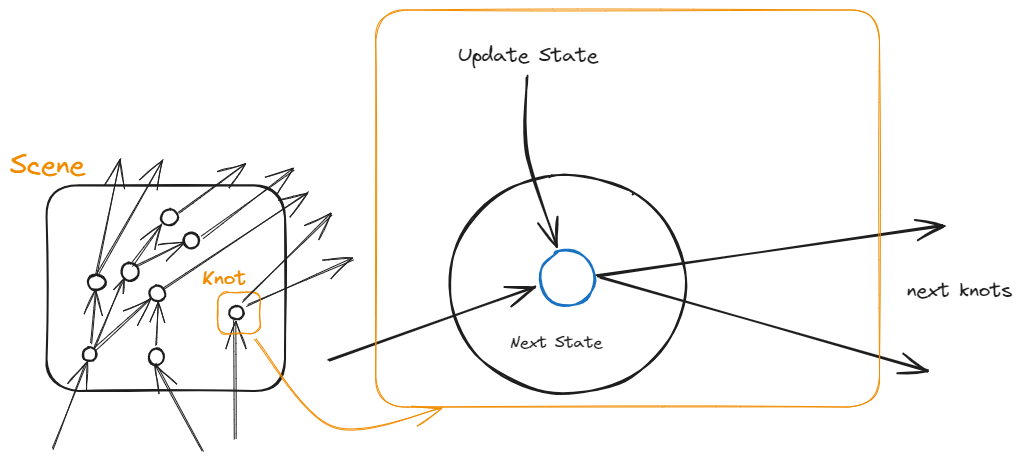
kozmof/turnout keeps this Excalidraw diagram as src/ARCHITECTURE/knot.excalidraw.png. Above is the earlier version. Source tidied: one line per element, renumbered; positions are measured from the earlier drawing's top-left corner, leaving out a move shared by most shapes.
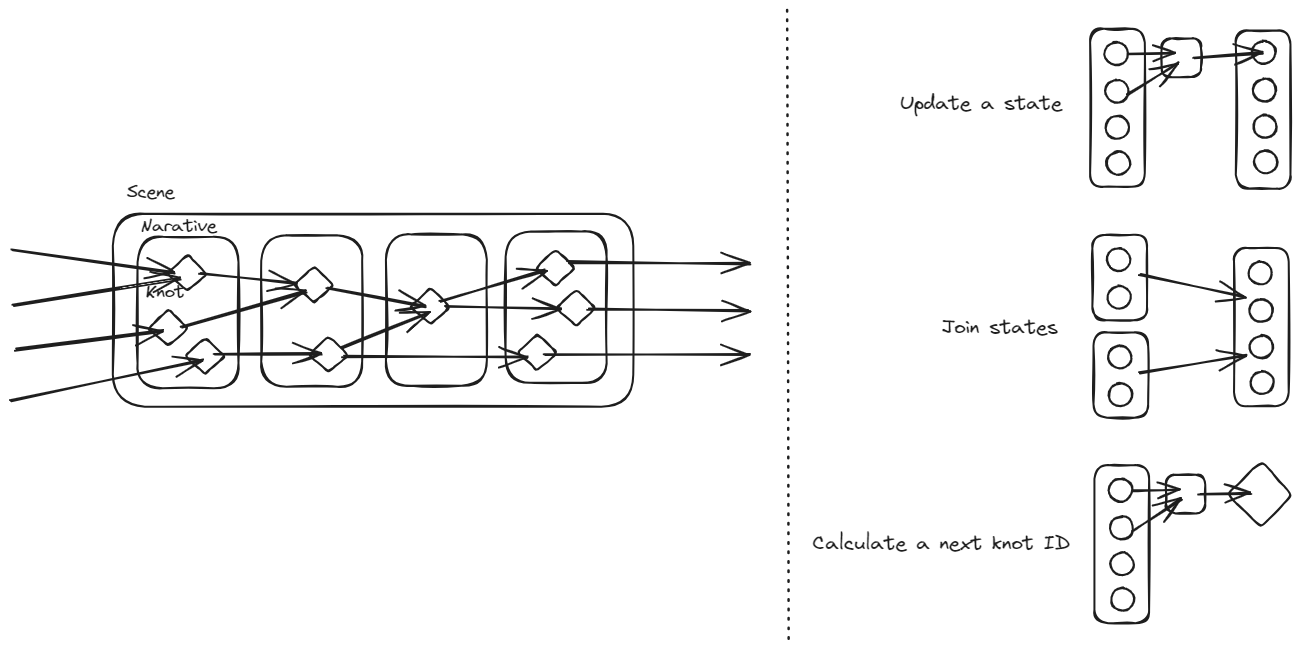
After the change.

What changed in the source:
```diff
@@ -1,39 +1,73 @@
-{"id": 0, "type": "rectangle", "strokeColor": "#1e1e1e", "strokeWidth": 2, "roughness": 1, "round": true, "x": 37, "y": 175, "width": 238, "height": 206}
+{"id": 39, "type": "rectangle", "strokeColor": "#1e1e1e", "strokeWidth": 2, "roughness": 1, "round": true, "x": 150, "y": -114, "width": 55, "height": 158}
+{"id": 40, "type": "ellipse", "strokeColor": "#1e1e1e", "strokeWidth": 2, "roughness": 1, "round": true, "x": 164, "y": -100, "width": 23, "height": 23}
+{"id": 41, "type": "ellipse", "strokeColor": "#1e1e1e", "strokeWidth": 2, "roughness": 1, "round": true, "x": 165, "y": -62, "width": 23, "height": 23}
+{"id": 42, "type": "ellipse", "strokeColor": "#1e1e1e", "strokeWidth": 2, "roughness": 1, "round": true, "x": 166, "y": -26, "width": 23, "height": 23}
+{"id": 43, "type": "ellipse", "strokeColor": "#1e1e1e", "strokeWidth": 2, "roughness": 1, "round": true, "x": 166, "y": 9, "width": 23, "height": 23}
+{"id": 44, "type": "rectangle", "strokeColor": "#1e1e1e", "strokeWidth": 2, "roughness": 1, "round": true, "x": 296, "y": -112, "width": 55, "height": 158}
+{"id": 45, "type": "ellipse", "strokeColor": "#1e1e1e", "strokeWidth": 2, "roughness": 1, "round": true, "x": 312, "y": -101, "width": 23, "height": 23}
+{"id": 46, "type": "ellipse", "strokeColor": "#1e1e1e", "strokeWidth": 2, "roughness": 1, "round": true, "x": 313, "y": -64, "width": 23, "height": 23}
+{"id": 47, "type": "ellipse", "strokeColor": "#1e1e1e", "strokeWidth": 2, "roughness": 1, "round": true, "x": 313, "y": -27, "width": 23, "height": 23}
+{"id": 48, "type": "ellipse", "strokeColor": "#1e1e1e", "strokeWidth": 2, "roughness": 1, "round": true, "x": 314, "y": 8, "width": 23, "height": 23}
+{"id": 49, "type": "arrow", "strokeColor": "#1e1e1e", "strokeWidth": 2, "roughness": 1, "endArrowhead": "arrow", "round": true, "x": 188, "y": -88, "width": 46, "height": 1, "points": [[0, 0], [46, -1]]}
+{"id": 50, "type": "arrow", "strokeColor": "#1e1e1e", "strokeWidth": 2, "roughness": 1, "endArrowhead": "arrow", "round": true, "from": 41, "x": 188, "y": -49, "width": 49, "height": 31, "points": [[0, 0], [49, -31]]}
+{"id": 51, "type": "arrow", "strokeColor": "#1e1e1e", "strokeWidth": 2, "roughness": 1, "endArrowhead": "arrow", "round": true, "x": 253, "y": -85, "width": 68, "height": 4, "points": [[0, 0], [68, -4]]}
+{"id": 52, "type": "rectangle", "strokeColor": "#1e1e1e", "strokeWidth": 2, "roughness": 1, "round": true, "x": 221, "y": -104, "width": 39, "height": 39}
+{"id": 53, "type": "rectangle", "strokeColor": "#1e1e1e", "strokeWidth": 2, "roughness": 1, "round": true, "x": 152, "y": 93, "width": 55, "height": 85}
+{"id": 54, "type": "ellipse", "strokeColor": "#1e1e1e", "strokeWidth": 2, "roughness": 1, "round": true, "x": 167, "y": 106, "width": 23, "height": 23}
+{"id": 55, "type": "ellipse", "strokeColor": "#1e1e1e", "strokeWidth": 2, "roughness": 1, "round": true, "x": 167, "y": 144, "width": 23, "height": 23}
+{"id": 56, "type": "rectangle", "strokeColor": "#1e1e1e", "strokeWidth": 2, "roughness": 1, "round": true, "x": 153, "y": 190, "width": 55, "height": 85}
+{"id": 57, "type": "ellipse", "strokeColor": "#1e1e1e", "strokeWidth": 2, "roughness": 1, "round": true, "x": 168, "y": 204, "width": 23, "height": 23}
+{"id": 58, "type": "ellipse", "strokeColor": "#1e1e1e", "strokeWidth": 2, "roughness": 1, "round": true, "x": 169, "y": 241, "width": 23, "height": 23}
+{"id": 59, "type": "rectangle", "strokeColor": "#1e1e1e", "strokeWidth": 2, "roughness": 1, "round": true, "x": 294, "y": 106, "width": 55, "height": 158}
+{"id": 60, "type": "ellipse", "strokeColor": "#1e1e1e", "strokeWidth": 2, "roughness": 1, "round": true, "x": 308, "y": 119, "width": 23, "height": 23}
+{"id": 61, "type": "ellipse", "strokeColor": "#1e1e1e", "strokeWidth": 2, "roughness": 1, "round": true, "x": 309, "y": 157, "width": 23, "height": 23}
+{"id": 62, "type": "ellipse", "strokeColor": "#1e1e1e", "strokeWidth": 2, "roughness": 1, "round": true, "x": 309, "y": 193, "width": 23, "height": 23}
+{"id": 63, "type": "ellipse", "strokeColor": "#1e1e1e", "strokeWidth": 2, "roughness": 1, "round": true, "x": 310, "y": 229, "width": 23, "height": 23}
+{"id": 64, "type": "arrow", "strokeColor": "#1e1e1e", "strokeWidth": 2, "roughness": 1, "endArrowhead": "arrow", "round": true, "from": 54, "to": 61, "x": 199, "y": 133, "width": 104, "height": 21, "points": [[0, 0], [104, 21]]}
+{"id": 65, "type": "arrow", "strokeColor": "#1e1e1e", "strokeWidth": 2, "roughness": 1, "endArrowhead": "arrow", "round": true, "from": 57, "to": 62, "x": 199, "y": 232, "width": 106, "height": 19, "points": [[0, 0], [106, -19]]}
+{"id": 66, "type": "rectangle", "strokeColor": "#1e1e1e", "strokeWidth": 2, "roughness": 1, "round": true, "x": 154, "y": 323, "width": 55, "height": 158}
+{"id": 67, "type": "ellipse", "strokeColor": "#1e1e1e", "strokeWidth": 2, "roughness": 1, "round": true, "x": 169, "y": 336, "width": 23, "height": 23}
+{"id": 68, "type": "ellipse", "strokeColor": "#1e1e1e", "strokeWidth": 2, "roughness": 1, "round": true, "x": 170, "y": 374, "width": 23, "height": 23}
+{"id": 69, "type": "ellipse", "strokeColor": "#1e1e1e", "strokeWidth": 2, "roughness": 1, "round": true, "x": 170, "y": 410, "width": 23, "height": 23}
+{"id": 70, "type": "ellipse", "strokeColor": "#1e1e1e", "strokeWidth": 2, "roughness": 1, "round": true, "x": 171, "y": 446, "width": 23, "height": 23}
+{"id": 71, "type": "arrow", "strokeColor": "#1e1e1e", "strokeWidth": 2, "roughness": 1, "endArrowhead": "arrow", "round": true, "from": 67, "x": 192, "y": 348, "width": 46, "height": 1, "points": [[0, 0], [46, -1]]}
+{"id": 72, "type": "arrow", "strokeColor": "#1e1e1e", "strokeWidth": 2, "roughness": 1, "endArrowhead": "arrow", "round": true, "from": 68, "x": 193, "y": 388, "width": 49, "height": 31, "points": [[0, 0], [49, -31]]}
+{"id": 73, "type": "arrow", "strokeColor": "#1e1e1e", "strokeWidth": 2, "roughness": 1, "endArrowhead": "arrow", "round": true, "x": 258, "y": 351, "width": 53, "height": 0, "points": [[0, 0], [53, 0]]}
+{"id": 74, "type": "rectangle", "strokeColor": "#1e1e1e", "strokeWidth": 2, "roughness": 1, "round": true, "x": 226, "y": 333, "width": 39, "height": 39}
+{"id": 75, "type": "diamond", "strokeColor": "#1e1e1e", "strokeWidth": 2, "roughness": 1, "round": true, "x": 288, "y": 318, "width": 65, "height": 67}
+{"id": 76, "type": "text", "text": "Update a state", "strokeColor": "#1e1e1e", "strokeWidth": 2, "roughness": 1, "fontSize": 20, "fontFamily": 1, "x": -41, "y": -51, "width": 162, "height": 25}
+{"id": 77, "type": "text", "text": "Join states", "strokeColor": "#1e1e1e", "strokeWidth": 2, "roughness": 1, "fontSize": 20, "fontFamily": 1, "x": 1, "y": 173, "width": 116, "height": 25}
+{"id": 78, "type": "text", "text": "Calculate a next knot ID", "strokeColor": "#1e1e1e", "strokeWidth": 2, "roughness": 1, "fontSize": 20, "fontFamily": 1, "x": -128, "y": 389, "width": 258, "height": 25}
+{"id": 79, "type": "rectangle", "strokeColor": "#1e1e1e", "strokeWidth": 2, "roughness": 1, "round": true, "x": -827, "y": 72, "width": 520, "height": 193}
-{"id": 1, "type": "text", "text": "Scene", "strokeColor": "#f08c00", "strokeWidth": 2, "roughness": 1, "fontSize": 28, "fontFamily": 1, "x": 0, "y": 138, "width": 75, "height": 35}
+{"id": 1, "type": "text", "text": "Scene", "strokeColor": "#1e1e1e", "strokeWidth": 2, "roughness": 1, "fontSize": 17.81, "fontFamily": 1, "x": -814, "y": 40, "width": 48, "height": 22}
-{"id": 2, "type": "ellipse", "strokeColor": "#1e1e1e", "strokeWidth": 2, "roughness": 1, "round": true, "x": 73, "y": 337, "width": 14, "height": 14}
-{"id": 3, "type": "arrow", "strokeColor": "#1e1e1e", "strokeWidth": 1, "roughness": 1, "endArrowhead": "arrow", "round": true, "to": 2, "x": 42, "y": 440, "width": 35, "height": 88, "points": [[0, 0], [35, -88]]}
-{"id": 4, "type": "arrow", "strokeColor": "#1e1e1e", "strokeWidth": 1, "roughness": 1, "endArrowhead": "arrow", "round": true, "from": 2, "to": 7, "x": 81, "y": 334, "width": 5, "height": 54, "points": [[0, 0], [5, -54]]}
-{"id": 5, "type": "arrow", "strokeColor": "#1e1e1e", "strokeWidth": 1, "roughness": 1, "endArrowhead": "arrow", "round": true, "from": 2, "to": 8, "x": 84, "y": 337, "width": 29, "height": 67, "points": [[0, 0], [17, -38], [29, -67]]}
-{"id": 6, "type": "arrow", "strokeColor": "#1e1e1e", "strokeWidth": 1, "roughness": 1, "endArrowhead": "arrow", "round": true, "from": 2, "x": 85, "y": 339, "width": 55, "height": 51, "points": [[0, 0], [55, -51]]}
-{"id": 7, "type": "ellipse", "strokeColor": "#1e1e1e", "strokeWidth": 2, "roughness": 1, "round": true, "x": 78, "y": 265, "width": 18, "height": 16}
-{"id": 8, "type": "ellipse", "strokeColor": "#1e1e1e", "strokeWidth": 2, "roughness": 1, "round": true, "x": 112, "y": 253, "width": 17, "height": 18}
-{"id": 9, "type": "ellipse", "strokeColor": "#1e1e1e", "strokeWidth": 2, "roughness": 1, "round": true, "x": 139, "y": 275, "width": 16, "height": 16}
-{"id": 10, "type": "arrow", "strokeColor": "#1e1e1e", "strokeWidth": 1, "roughness": 1, "endArrowhead": "arrow", "round": true, "from": 7, "to": 0, "x": 87, "y": 265, "width": 24, "height": 116, "points": [[0, 0], [24, -116]]}
-{"id": 11, "type": "arrow", "strokeColor": "#1e1e1e", "strokeWidth": 1, "roughness": 1, "endArrowhead": "arrow", "round": true, "to": 0, "x": 88, "y": 267, "width": 65, "height": 117, "points": [[0, 0], [65, -117]]}
-{"id": 12, "type": "arrow", "strokeColor": "#1e1e1e", "strokeWidth": 1, "roughness": 1, "endArrowhead": "arrow", "round": true, "to": 14, "x": 121, "y": 255, "width": 31, "height": 41, "points": [[0, 0], [31, -41]]}
-{"id": 13, "type": "arrow", "strokeColor": "#1e1e1e", "strokeWidth": 1, "roughness": 1, "endArrowhead": "arrow", "round": true, "to": 16, "x": 126, "y": 257, "width": 48, "height": 24, "points": [[0, 0], [48, -24]]}
-{"id": 14, "type": "ellipse", "strokeColor": "#1e1e1e", "strokeWidth": 2, "roughness": 1, "round": true, "x": 151, "y": 199, "width": 17, "height": 16}
-{"id": 15, "type": "arrow", "strokeColor": "#1e1e1e", "strokeWidth": 1, "roughness": 1, "endArrowhead": "arrow", "round": true, "from": 14, "x": 168, "y": 203, "width": 67, "height": 48, "points": [[0, 0], [67, -48]]}
-{"id": 16, "type": "ellipse", "strokeColor": "#1e1e1e", "strokeWidth": 2, "roughness": 1, "round": true, "x": 174, "y": 223, "width": 15, "height": 16}
-{"id": 17, "type": "arrow", "strokeColor": "#1e1e1e", "strokeWidth": 1, "roughness": 1, "endArrowhead": "arrow", "round": true, "from": 16, "x": 191, "y": 227, "width": 93, "height": 67, "points": [[0, 0], [93, -67]]}
-{"id": 18, "type": "arrow", "strokeColor": "#1e1e1e", "strokeWidth": 1, "roughness": 1, "endArrowhead": "arrow", "round": true, "to": 0, "x": 153, "y": 279, "width": 145, "height": 98, "points": [[0, 0], [145, -98]]}
-{"id": 19, "type": "ellipse", "strokeColor": "#1e1e1e", "strokeWidth": 2, "roughness": 1, "round": true, "x": 139, "y": 339, "width": 15, "height": 17}
-{"id": 20, "type": "arrow", "strokeColor": "#1e1e1e", "strokeWidth": 1, "roughness": 1, "endArrowhead": "arrow", "round": true, "x": 193, "y": 441, "width": 47, "height": 87, "points": [[0, 0], [-47, -87]]}
-{"id": 21, "type": "arrow", "strokeColor": "#1e1e1e", "strokeWidth": 1, "roughness": 1, "endArrowhead": "arrow", "round": true, "from": 19, "to": 9, "x": 146, "y": 336, "width": 2, "height": 44, "points": [[0, 0], [2, -44]]}
-{"id": 22, "type": "ellipse", "strokeColor": "#1e1e1e", "strokeWidth": 2, "roughness": 1, "round": true, "x": 219, "y": 296, "width": 15, "height": 13}
-{"id": 23, "type": "arrow", "strokeColor": "#1e1e1e", "strokeWidth": 1, "roughness": 1, "endArrowhead": "arrow", "round": true, "to": 22, "x": 225, "y": 429, "width": 0, "height": 118, "points": [[0, 0], [0, -118]]}
-{"id": 24, "type": "arrow", "strokeColor": "#1e1e1e", "strokeWidth": 1, "roughness": 1, "endArrowhead": "arrow", "round": true, "from": 22, "to": 32, "x": 238, "y": 296, "width": 106, "height": 46, "points": [[0, 0], [106, -46]]}
-{"id": 25, "type": "ellipse", "strokeColor": "#1e1e1e", "strokeWidth": 2, "roughness": 1, "round": true, "x": 439, "y": 165, "width": 237, "height": 219}
-{"id": 26, "type": "arrow", "strokeColor": "#1e1e1e", "strokeWidth": 2, "roughness": 1, "endArrowhead": "arrow", "round": true, "to": 37, "x": 319, "y": 350, "width": 206, "height": 73, "points": [[0, 0], [206, -73]]}
-{"id": 27, "type": "arrow", "strokeColor": "#1e1e1e", "strokeWidth": 2, "roughness": 1, "endArrowhead": "arrow", "round": true, "from": 37, "x": 588, "y": 267, "width": 345, "height": 51, "points": [[0, 0], [345, -51]]}
-{"id": 28, "type": "arrow", "strokeColor": "#1e1e1e", "strokeWidth": 2, "roughness": 1, "endArrowhead": "arrow", "round": true, "from": 37, "x": 590, "y": 268, "width": 327, "height": 93, "points": [[0, 0], [327, 93]]}
-{"id": 29, "type": "text", "text": "next knots", "strokeColor": "#1e1e1e", "strokeWidth": 2, "roughness": 1, "fontSize": 20, "fontFamily": 1, "x": 897, "y": 268, "width": 105, "height": 25}
-{"id": 30, "type": "rectangle", "strokeColor": "#f08c00", "strokeWidth": 1, "roughness": 1, "round": true, "x": 208, "y": 282, "width": 43, "height": 42}
-{"id": 31, "type": "arrow", "strokeColor": "#f08c00", "strokeWidth": 1, "roughness": 1, "endArrowhead": "arrow", "round": true, "from": 30, "to": 32, "x": 245, "y": 328, "width": 188, "height": 88, "points": [[0, 0], [78, 88], [188, 71]]}
-{"id": 32, "type": "rectangle", "strokeColor": "#f08c00", "strokeWidth": 1, "roughness": 1, "round": true, "x": 366, "y": 0, "width": 504, "height": 397}
-{"id": 33, "type": "arrow", "strokeColor": "#1e1e1e", "strokeWidth": 1, "roughness": 1, "endArrowhead": "arrow", "round": true, "from": 22, "x": 232, "y": 291, "width": 90, "height": 86, "points": [[0, 0], [90, -86]]}
+{"id": 80, "type": "rectangle", "strokeColor": "#1e1e1e", "strokeWidth": 2, "roughness": 1, "round": true, "x": -803, "y": 95, "width": 101, "height": 151}
+{"id": 81, "type": "text", "text": "Narative", "strokeColor": "#1e1e1e", "strokeWidth": 2, "roughness": 1, "fontSize": 17.81, "fontFamily": 1, "x": -800, "y": 74, "width": 76, "height": 22}
+{"id": 82, "type": "diamond", "strokeColor": "#1e1e1e", "strokeWidth": 2, "roughness": 1, "round": true, "x": -773, "y": 112, "width": 40, "height": 37}
-{"id": 34, "type": "text", "text": "Knot", "strokeColor": "#f08c00", "strokeWidth": 2, "roughness": 1, "fontSize": 20, "fontFamily": 1, "x": 192, "y": 256, "width": 44, "height": 25}
+{"id": 34, "type": "text", "text": "Knot", "strokeColor": "#1e1e1e", "strokeWidth": 2, "roughness": 1, "fontSize": 17.81, "fontFamily": 1, "x": -795, "y": 140, "width": 39, "height": 22}
-{"id": 35, "type": "arrow", "strokeColor": "#1e1e1e", "strokeWidth": 2, "roughness": 1, "endArrowhead": "arrow", "round": true, "from": 36, "to": 37, "x": 516, "y": 67, "width": 30, "height": 169, "points": [[0, 0], [0, 76], [30, 169]]}
-{"id": 36, "type": "text", "text": "Update State", "strokeColor": "#1e1e1e", "strokeWidth": 2, "roughness": 1, "fontSize": 20, "fontFamily": 1, "x": 448, "y": 33, "width": 140, "height": 25}
-{"id": 37, "type": "ellipse", "strokeColor": "#1971c2", "strokeWidth": 2, "roughness": 1, "round": true, "x": 530, "y": 240, "width": 55, "height": 57}
-{"id": 38, "type": "text", "text": "Next State", "strokeColor": "#1e1e1e", "strokeWidth": 2, "roughness": 1, "fontSize": 16.0, "fontFamily": 1, "x": 500, "y": 323, "width": 92, "height": 20}
+{"id": 83, "type": "diamond", "strokeColor": "#1e1e1e", "strokeWidth": 2, "roughness": 1, "round": true, "x": -792, "y": 167, "width": 40, "height": 37}
+{"id": 84, "type": "diamond", "strokeColor": "#1e1e1e", "strokeWidth": 2, "roughness": 1, "round": true, "x": -755, "y": 195, "width": 40, "height": 37}
+{"id": 85, "type": "rectangle", "strokeColor": "#1e1e1e", "strokeWidth": 2, "roughness": 1, "round": true, "x": -679, "y": 93, "width": 101, "height": 151}
+{"id": 86, "type": "diamond", "strokeColor": "#1e1e1e", "strokeWidth": 2, "roughness": 1, "round": true, "x": -646, "y": 124, "width": 40, "height": 37}
+{"id": 87, "type": "diamond", "strokeColor": "#1e1e1e", "strokeWidth": 2, "roughness": 1, "round": true, "x": -632, "y": 194, "width": 40, "height": 37}
+{"id": 88, "type": "rectangle", "strokeColor": "#1e1e1e", "strokeWidth": 2, "roughness": 1, "round": true, "x": -554, "y": 92, "width": 101, "height": 151}
+{"id": 89, "type": "diamond", "strokeColor": "#1e1e1e", "strokeWidth": 2, "roughness": 1, "round": true, "x": -530, "y": 146, "width": 40, "height": 37}
+{"id": 90, "type": "rectangle", "strokeColor": "#1e1e1e", "strokeWidth": 2, "roughness": 1, "round": true, "x": -435, "y": 89, "width": 101, "height": 151}
+{"id": 91, "type": "diamond", "strokeColor": "#1e1e1e", "strokeWidth": 2, "roughness": 1, "round": true, "x": -405, "y": 107, "width": 40, "height": 37}
+{"id": 92, "type": "diamond", "strokeColor": "#1e1e1e", "strokeWidth": 2, "roughness": 1, "round": true, "x": -384, "y": 147, "width": 40, "height": 37}
+{"id": 93, "type": "diamond", "strokeColor": "#1e1e1e", "strokeWidth": 2, "roughness": 1, "round": true, "x": -423, "y": 192, "width": 40, "height": 37}
+{"id": 94, "type": "arrow", "strokeColor": "#1e1e1e", "strokeWidth": 2, "roughness": 1, "endArrowhead": "arrow", "round": true, "from": 34, "x": -740, "y": 131, "width": 97, "height": 10, "points": [[0, 0], [97, 10]]}
+{"id": 95, "type": "arrow", "strokeColor": "#1e1e1e", "strokeWidth": 2, "roughness": 1, "endArrowhead": "arrow", "round": true, "x": -758, "y": 185, "width": 125, "height": 35, "points": [[0, 0], [125, -35]]}
+{"id": 96, "type": "arrow", "strokeColor": "#1e1e1e", "strokeWidth": 2, "roughness": 1, "endArrowhead": "arrow", "round": true, "x": -726, "y": 211, "width": 106, "height": 0, "points": [[0, 0], [106, 0]]}
+{"id": 97, "type": "arrow", "strokeColor": "#1e1e1e", "strokeWidth": 2, "roughness": 1, "endArrowhead": "arrow", "round": true, "x": -598, "y": 215, "width": 184, "height": 0, "points": [[0, 0], [184, 0]]}
+{"id": 98, "type": "arrow", "strokeColor": "#1e1e1e", "strokeWidth": 2, "roughness": 1, "endArrowhead": "arrow", "round": true, "x": -613, "y": 145, "width": 97, "height": 19, "points": [[0, 0], [97, 19]]}
+{"id": 99, "type": "arrow", "strokeColor": "#1e1e1e", "strokeWidth": 2, "roughness": 1, "endArrowhead": "arrow", "round": true, "x": -598, "y": 206, "width": 86, "height": 36, "points": [[0, 0], [86, -36]]}
+{"id": 100, "type": "arrow", "strokeColor": "#1e1e1e", "strokeWidth": 2, "roughness": 1, "endArrowhead": "arrow", "round": true, "x": -500, "y": 159, "width": 105, "height": 32, "points": [[0, 0], [105, -32]]}
+{"id": 101, "type": "arrow", "strokeColor": "#1e1e1e", "strokeWidth": 2, "roughness": 1, "endArrowhead": "arrow", "round": true, "x": -495, "y": 164, "width": 115, "height": 3, "points": [[0, 0], [115, 3]]}
+{"id": 102, "type": "arrow", "strokeColor": "#1e1e1e", "strokeWidth": 2, "roughness": 1, "endArrowhead": "arrow", "round": true, "to": 34, "x": -927, "y": 107, "width": 161, "height": 23, "points": [[0, 0], [161, 23]]}
+{"id": 103, "type": "arrow", "strokeColor": "#1e1e1e", "strokeWidth": 2, "roughness": 1, "endArrowhead": "arrow", "round": true, "to": 34, "x": -926, "y": 164, "width": 166, "height": 27, "points": [[0, 0], [166, -27]]}
+{"id": 104, "type": "arrow", "strokeColor": "#1e1e1e", "strokeWidth": 2, "roughness": 1, "endArrowhead": "arrow", "round": true, "x": -924, "y": 207, "width": 146, "height": 20, "points": [[0, 0], [146, -20]]}
+{"id": 105, "type": "arrow", "strokeColor": "#1e1e1e", "strokeWidth": 2, "roughness": 1, "endArrowhead": "arrow", "round": true, "x": -929, "y": 259, "width": 192, "height": 42, "points": [[0, 0], [192, -42]]}
+{"id": 106, "type": "arrow", "strokeColor": "#1e1e1e", "strokeWidth": 2, "roughness": 1, "endArrowhead": "arrow", "round": true, "x": -372, "y": 119, "width": 182, "height": 2, "points": [[0, 0], [182, 2]]}
+{"id": 107, "type": "arrow", "strokeColor": "#1e1e1e", "strokeWidth": 2, "roughness": 1, "endArrowhead": "arrow", "round": true, "x": -353, "y": 168, "width": 161, "height": 0, "points": [[0, 0], [161, 0]]}
+{"id": 108, "type": "arrow", "strokeColor": "#1e1e1e", "strokeWidth": 2, "roughness": 1, "endArrowhead": "arrow", "round": true, "x": -395, "y": 212, "width": 205, "height": 0, "points": [[0, 0], [205, 0]]}
+{"id": 109, "type": "line", "strokeColor": "#1e1e1e", "strokeWidth": 2, "strokeStyle": "dotted", "roughness": 1, "round": true, "x": -154, "y": -132, "width": 2, "height": 631, "points": [[0, 0], [2, 631]]}
```
